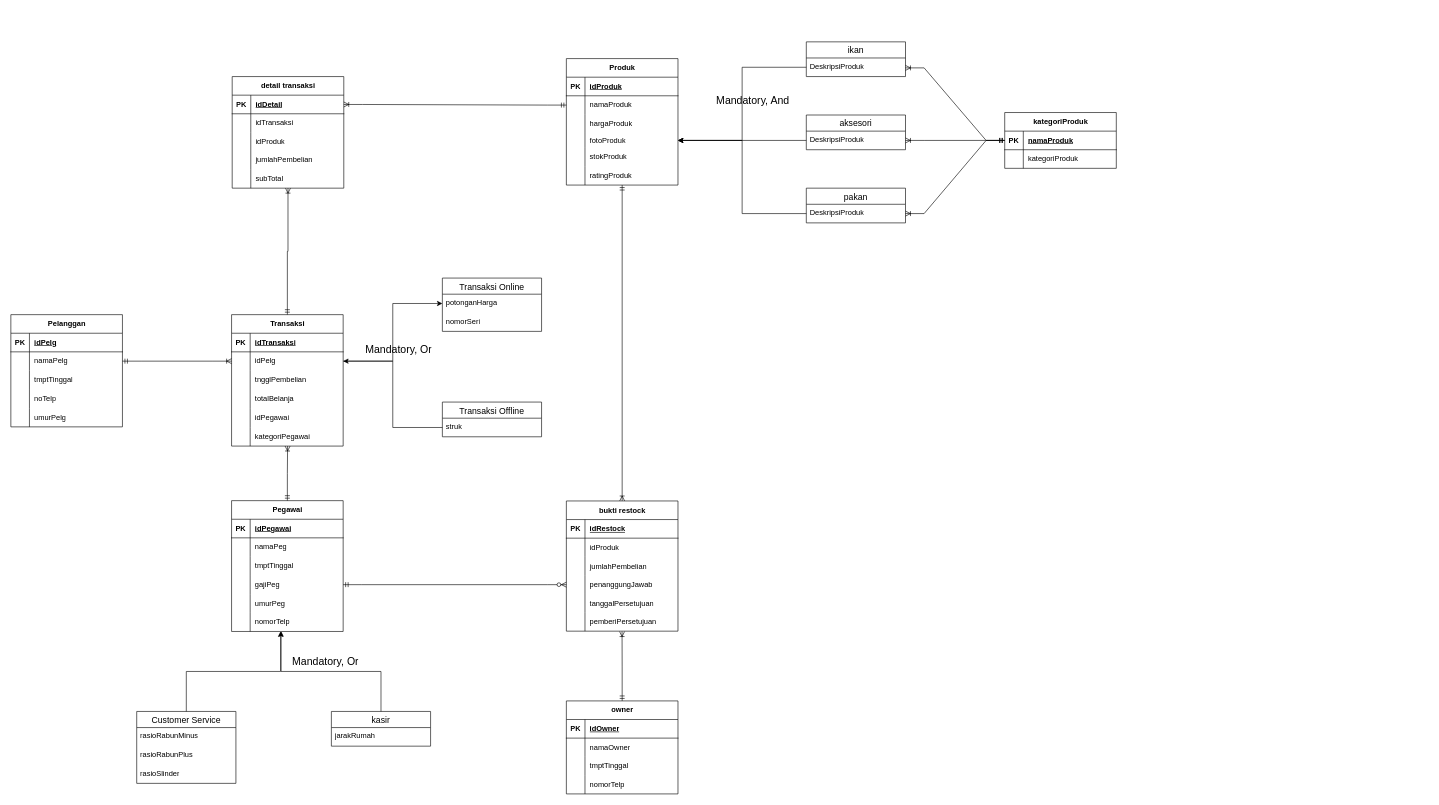
Before: Diagram Tanpa Judul.drawio in shinoaaa/flowchartttz, a draw.io diagram. Source tidied: cells renumbered, new cells numbered last; positions are measured from the earlier drawing's top-left corner, leaving out a move shared by most shapes. Both pictures are drawn from the tidied source at 62%, with x=0, y=0 at pixel (11, 42).
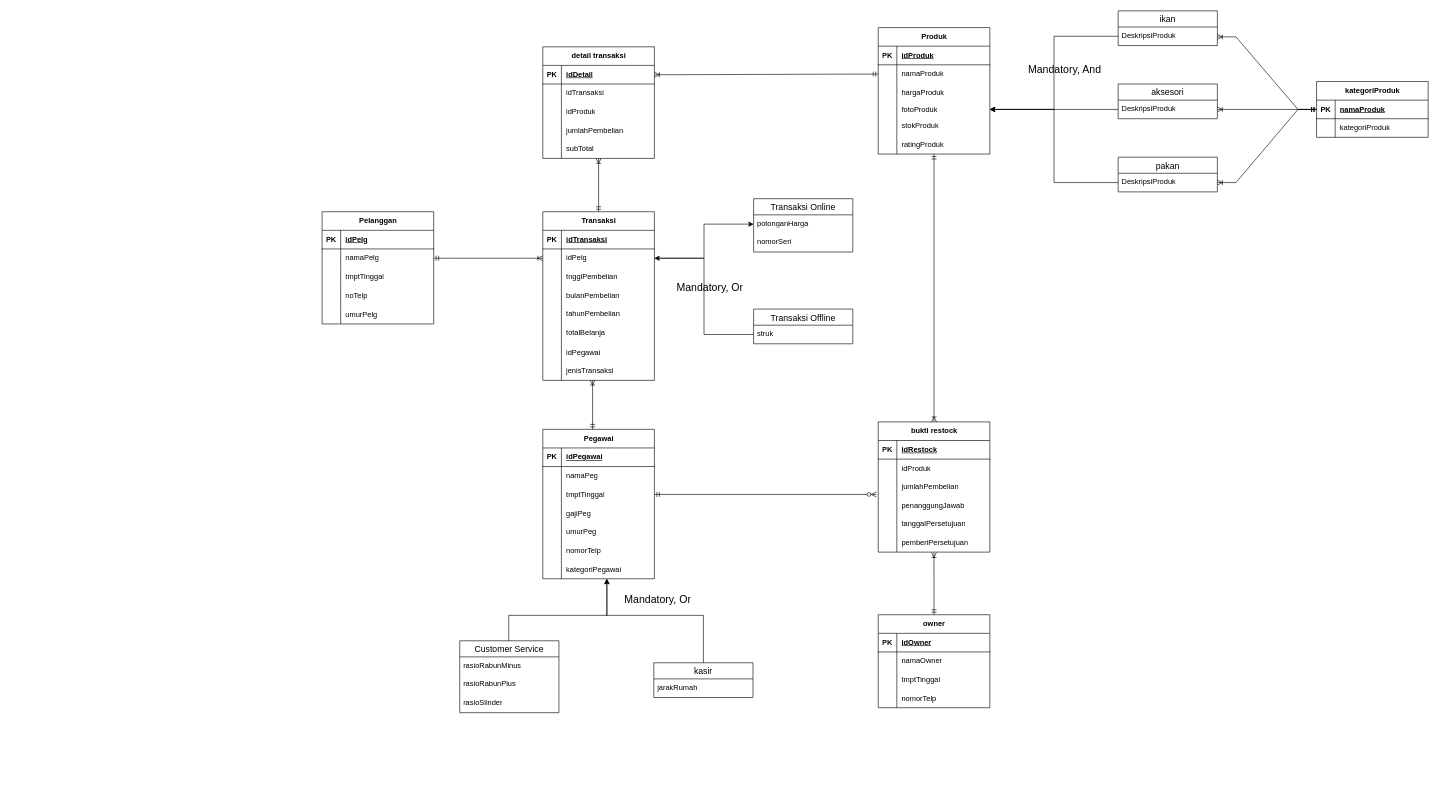
Above is the later version.

The change refers to these unchanged cells:
```xml
<mxCell id="44" style="shape=tableRow;horizontal=0;startSize=0;swimlaneHead=0;swimlaneBody=0;fillColor=none;points=[[0,0.5],[1,0.5]];portConstraint=eastwest;top=0;left=0;right=0;bottom=0;" parent="37" vertex="1">
  <mxGeometry y="90" width="180" height="30" as="geometry" />
</mxCell>
<mxCell id="47" style="shape=tableRow;horizontal=0;startSize=0;swimlaneHead=0;swimlaneBody=0;fillColor=none;points=[[0,0.5],[1,0.5]];portConstraint=eastwest;top=0;left=0;right=0;bottom=0;" parent="37" vertex="1">
  <mxGeometry y="120" width="180" height="31" as="geometry" />
</mxCell>
<mxCell id="53" style="shape=tableRow;horizontal=0;startSize=0;swimlaneHead=0;swimlaneBody=0;fillColor=none;points=[[0,0.5],[1,0.5]];portConstraint=eastwest;top=0;left=0;right=0;bottom=0;" parent="37" vertex="1">
  <mxGeometry y="181" width="180" height="30" as="geometry" />
</mxCell>
<mxCell id="144" style="shape=tableRow;horizontal=0;startSize=0;swimlaneHead=0;swimlaneBody=0;fillColor=none;points=[[0,0.5],[1,0.5]];portConstraint=eastwest;top=0;left=0;right=0;bottom=0;" parent="134" vertex="1">
  <mxGeometry y="120" width="180" height="30" as="geometry" />
</mxCell>
```

What changed in the source:
```diff
@@
     <mxCell id="2" value="Pelanggan" style="shape=table;startSize=30;childLayout=tableLayout;rowLines=0;fontStyle=1;align=center;html=1;" parent="1" vertex="1">
-      <mxGeometry y="440" width="180" height="181" as="geometry" />
+      <mxGeometry x="502" y="274" width="180" height="181" as="geometry" />
     </mxCell>
@@
     <mxCell id="18" value="Transaksi" style="shape=table;startSize=30;childLayout=tableLayout;rowLines=0;fontStyle=1;align=center;html=1;" parent="1" vertex="1">
-      <mxGeometry x="356" y="440" width="180" height="212" as="geometry" />
+      <mxGeometry x="858" y="274" width="180" height="272" as="geometry" />
     </mxCell>
@@
+    <mxCell id="169" style="shape=tableRow;horizontal=0;startSize=0;swimlaneHead=0;swimlaneBody=0;fillColor=none;top=0;left=0;right=0;bottom=0;" parent="18" vertex="1">
+      <mxGeometry y="120" width="180" height="30" as="geometry" />
+    </mxCell>
+    <mxCell id="170" style="shape=partialRectangle;fillColor=none;top=0;left=0;bottom=0;right=0;overflow=hidden;whiteSpace=wrap;html=1;" parent="169" vertex="1">
+      <mxGeometry width="30" height="30" as="geometry" />
+    </mxCell>
+    <mxCell id="171" value="bulanPembelian" style="shape=partialRectangle;fillColor=none;top=0;left=0;bottom=0;right=0;align=left;spacingLeft=6;overflow=hidden;whiteSpace=wrap;html=1;" parent="169" vertex="1">
+      <mxGeometry x="30" width="150" height="30" as="geometry" />
+    </mxCell>
+    <mxCell id="172" style="shape=tableRow;horizontal=0;startSize=0;swimlaneHead=0;swimlaneBody=0;fillColor=none;top=0;left=0;right=0;bottom=0;" parent="18" vertex="1">
+      <mxGeometry y="150" width="180" height="30" as="geometry" />
+    </mxCell>
+    <mxCell id="173" style="shape=partialRectangle;fillColor=none;top=0;left=0;bottom=0;right=0;overflow=hidden;whiteSpace=wrap;html=1;" parent="172" vertex="1">
+      <mxGeometry width="30" height="30" as="geometry" />
+    </mxCell>
+    <mxCell id="174" value="tahunPembelian" style="shape=partialRectangle;fillColor=none;top=0;left=0;bottom=0;right=0;align=left;spacingLeft=6;overflow=hidden;whiteSpace=wrap;html=1;" parent="172" vertex="1">
+      <mxGeometry x="30" width="150" height="30" as="geometry" />
+    </mxCell>
     <mxCell id="28" style="shape=tableRow;horizontal=0;startSize=0;swimlaneHead=0;swimlaneBody=0;fillColor=none;top=0;left=0;right=0;bottom=0;" parent="18" vertex="1">
-      <mxGeometry y="120" width="180" height="31" as="geometry" />
+      <mxGeometry y="180" width="180" height="31" as="geometry" />
     </mxCell>
@@
     <mxCell id="31" style="shape=tableRow;horizontal=0;startSize=0;swimlaneHead=0;swimlaneBody=0;fillColor=none;top=0;left=0;right=0;bottom=0;" parent="18" vertex="1">
-      <mxGeometry y="151" width="180" height="31" as="geometry" />
+      <mxGeometry y="211" width="180" height="31" as="geometry" />
     </mxCell>
@@
-    <mxCell id="34" style="shape=tableRow;horizontal=0;startSize=0;swimlaneHead=0;swimlaneBody=0;fillColor=none;points=[[0,0.5],[1,0.5]];portConstraint=eastwest;top=0;left=0;right=0;bottom=0;" parent="18" vertex="1">
-      <mxGeometry y="182" width="180" height="30" as="geometry" />
-    </mxCell>
-    <mxCell id="35" style="shape=partialRectangle;fillColor=none;top=0;left=0;bottom=0;right=0;overflow=hidden;whiteSpace=wrap;html=1;" parent="34" vertex="1">
-      <mxGeometry width="30" height="30" as="geometry" />
-    </mxCell>
-    <mxCell id="36" value="kategoriPegawai" style="shape=partialRectangle;fillColor=none;top=0;left=0;bottom=0;right=0;align=left;spacingLeft=6;overflow=hidden;whiteSpace=wrap;html=1;" parent="34" vertex="1">
-      <mxGeometry x="30" width="150" height="30" as="geometry" />
-    </mxCell>
+    <mxCell id="175" style="shape=tableRow;horizontal=0;startSize=0;swimlaneHead=0;swimlaneBody=0;fillColor=none;points=[[0,0.5],[1,0.5]];portConstraint=eastwest;top=0;left=0;right=0;bottom=0;" parent="18" vertex="1">
+      <mxGeometry y="242" width="180" height="30" as="geometry" />
+    </mxCell>
+    <mxCell id="176" style="shape=partialRectangle;fillColor=none;top=0;left=0;bottom=0;right=0;overflow=hidden;whiteSpace=wrap;html=1;" parent="175" vertex="1">
+      <mxGeometry width="30" height="30" as="geometry" />
+    </mxCell>
+    <mxCell id="177" value="jenisTransaksi" style="shape=partialRectangle;fillColor=none;top=0;left=0;bottom=0;right=0;align=left;spacingLeft=6;overflow=hidden;whiteSpace=wrap;html=1;" parent="175" vertex="1">
+      <mxGeometry x="30" width="150" height="30" as="geometry" />
+    </mxCell>
     <mxCell id="37" value="Pegawai" style="shape=table;startSize=30;childLayout=tableLayout;rowLines=0;fontStyle=1;align=center;html=1;" parent="1" vertex="1">
-      <mxGeometry x="356" y="740" width="180" height="211" as="geometry" />
+      <mxGeometry x="858" y="625" width="180" height="241" as="geometry" />
     </mxCell>
@@
+    <mxCell id="34" style="shape=tableRow;horizontal=0;startSize=0;swimlaneHead=0;swimlaneBody=0;fillColor=none;points=[[0,0.5],[1,0.5]];portConstraint=eastwest;top=0;left=0;right=0;bottom=0;" parent="37" vertex="1">
+      <mxGeometry y="211" width="180" height="30" as="geometry" />
+    </mxCell>
+    <mxCell id="35" style="shape=partialRectangle;fillColor=none;top=0;left=0;bottom=0;right=0;overflow=hidden;whiteSpace=wrap;html=1;" parent="34" vertex="1">
+      <mxGeometry width="30" height="30" as="geometry" />
+    </mxCell>
+    <mxCell id="36" value="kategoriPegawai" style="shape=partialRectangle;fillColor=none;top=0;left=0;bottom=0;right=0;align=left;spacingLeft=6;overflow=hidden;whiteSpace=wrap;html=1;" parent="34" vertex="1">
+      <mxGeometry x="30" width="150" height="30" as="geometry" />
+    </mxCell>
@@
     <mxCell id="57" value="detail transaksi" style="shape=table;startSize=30;childLayout=tableLayout;rowLines=0;fontStyle=1;align=center;html=1;" parent="1" vertex="1">
-      <mxGeometry x="357" y="56" width="180" height="180" as="geometry" />
+      <mxGeometry x="858" y="8" width="180" height="180" as="geometry" />
     </mxCell>
@@
     <mxCell id="74" value="Produk" style="shape=table;startSize=30;childLayout=tableLayout;rowLines=0;fontStyle=1;align=center;html=1;" parent="1" vertex="1">
-      <mxGeometry x="896" y="27" width="180" height="204" as="geometry" />
+      <mxGeometry x="1399" y="-23" width="180" height="204" as="geometry" />
     </mxCell>
@@
-    <mxCell id="93" style="edgeStyle=orthogonalEdgeStyle;rounded=0;jettySize=auto;html=1;entryX=0.502;entryY=0.998;entryDx=0;entryDy=0;entryPerimeter=0;startArrow=ERmandOne;startFill=0;endArrow=ERoneToMany;endFill=0;" parent="1" edge="1" source="37" target="34">
-      <mxGeometry relative="1" as="geometry" />
+    <mxCell id="93" style="edgeStyle=orthogonalEdgeStyle;rounded=0;jettySize=auto;html=1;startArrow=ERmandOne;startFill=0;endArrow=ERoneToMany;endFill=0;entryX=0.446;entryY=0.984;entryDx=0;entryDy=0;entryPerimeter=0;" parent="1" edge="1" source="37" target="175">
+      <mxGeometry relative="1" as="geometry">
+        <Array as="points">
+          <mxPoint x="939" y="603" />
+        </Array>
+      </mxGeometry>
     </mxCell>
@@
     <mxCell id="96" value="Transaksi Online" style="swimlane;fontStyle=0;horizontal=1;startSize=26;align=center;fontSize=14;" parent="1" vertex="1">
-      <mxGeometry x="696" y="381" width="160" height="86" as="geometry" />
+      <mxGeometry x="1198" y="253" width="160" height="86" as="geometry" />
     </mxCell>
@@
     <mxCell id="99" value="Transaksi Offline" style="swimlane;fontStyle=0;horizontal=1;startSize=26;align=center;fontSize=14;" parent="1" vertex="1">
-      <mxGeometry x="696" y="581" width="160" height="56" as="geometry" />
+      <mxGeometry x="1198" y="431" width="160" height="56" as="geometry" />
     </mxCell>
@@
     <mxCell id="103" value="Mandatory, Or" style="text;strokeColor=none;fillColor=none;spacingLeft=4;spacingRight=4;overflow=hidden;points=[[0,0.5],[1,0.5]];portConstraint=eastwest;fontSize=17;whiteSpace=wrap;html=1;" parent="1" vertex="1">
-      <mxGeometry x="566" y="480" width="118" height="30" as="geometry" />
+      <mxGeometry x="1068" y="380" width="118" height="30" as="geometry" />
     </mxCell>
     <mxCell id="104" value="Customer Service" style="swimlane;fontStyle=0;horizontal=1;startSize=26;align=center;fontSize=14;" parent="1" vertex="1">
-      <mxGeometry x="203" y="1080" width="160" height="116" as="geometry" />
+      <mxGeometry x="724" y="966" width="160" height="116" as="geometry" />
     </mxCell>
@@
-    <mxCell id="109" style="edgeStyle=orthogonalEdgeStyle;rounded=0;jettySize=auto;html=1;entryX=0.439;entryY=1;entryDx=0;entryDy=0;entryPerimeter=0;" parent="1" edge="1" source="104" target="53">
-      <mxGeometry relative="1" as="geometry" />
+    <mxCell id="109" style="edgeStyle=orthogonalEdgeStyle;rounded=0;jettySize=auto;html=1;entryX=0.576;entryY=1.012;entryDx=0;entryDy=0;entryPerimeter=0;" parent="1" edge="1" source="104" target="34">
+      <mxGeometry relative="1" as="geometry">
+        <Array as="points">
+          <mxPoint x="803" y="925" />
+          <mxPoint x="961" y="925" />
+          <mxPoint x="961" y="866" />
+        </Array>
+      </mxGeometry>
     </mxCell>
     <mxCell id="110" value="kasir" style="swimlane;fontStyle=0;horizontal=1;startSize=26;align=center;fontSize=14;" parent="1" vertex="1">
-      <mxGeometry x="517" y="1080" width="160" height="56" as="geometry" />
+      <mxGeometry x="1037" y="1001.5" width="160" height="56" as="geometry" />
     </mxCell>
@@
-    <mxCell id="112" style="edgeStyle=orthogonalEdgeStyle;rounded=0;jettySize=auto;html=1;entryX=0.444;entryY=0.993;entryDx=0;entryDy=0;entryPerimeter=0;" parent="1" edge="1" source="110" target="53">
-      <mxGeometry relative="1" as="geometry" />
+    <mxCell id="112" style="edgeStyle=orthogonalEdgeStyle;rounded=0;jettySize=auto;html=1;" parent="1" edge="1" source="110">
+      <mxGeometry relative="1" as="geometry">
+        <mxPoint x="961" y="866" as="targetPoint" />
+        <Array as="points">
+          <mxPoint x="1117" y="925" />
+          <mxPoint x="961" y="925" />
+          <mxPoint x="961" y="867" />
+        </Array>
+      </mxGeometry>
     </mxCell>
     <mxCell id="113" value="Mandatory, Or" style="text;strokeColor=none;fillColor=none;spacingLeft=4;spacingRight=4;overflow=hidden;fontSize=17;whiteSpace=wrap;html=1;" parent="1" vertex="1">
-      <mxGeometry x="448" y="984" width="118" height="30" as="geometry" />
+      <mxGeometry x="984" y="883" width="118" height="30" as="geometry" />
     </mxCell>
     <mxCell id="114" value="ikan" style="swimlane;fontStyle=0;horizontal=1;startSize=26;align=center;fontSize=14;" parent="1" vertex="1">
-      <mxGeometry x="1283" width="160" height="56" as="geometry" />
+      <mxGeometry x="1786" y="-50" width="160" height="56" as="geometry" />
     </mxCell>
@@
     <mxCell id="116" value="aksesori" style="swimlane;fontStyle=0;horizontal=1;startSize=26;align=center;fontSize=14;" parent="1" vertex="1">
-      <mxGeometry x="1283" y="118" width="160" height="56" as="geometry" />
+      <mxGeometry x="1786" y="68" width="160" height="56" as="geometry" />
     </mxCell>
@@
     <mxCell id="118" value="pakan" style="swimlane;fontStyle=0;horizontal=1;startSize=26;align=center;fontSize=14;" parent="1" vertex="1">
-      <mxGeometry x="1283" y="236" width="160" height="56" as="geometry" />
+      <mxGeometry x="1786" y="186" width="160" height="56" as="geometry" />
     </mxCell>
@@
     <mxCell id="123" value="Mandatory, And" style="text;strokeColor=none;fillColor=none;spacingLeft=4;spacingRight=4;overflow=hidden;fontSize=17;whiteSpace=wrap;html=1;" parent="1" vertex="1">
-      <mxGeometry x="1132" y="78" width="133" height="30" as="geometry" />
+      <mxGeometry x="1635" y="28" width="133" height="30" as="geometry" />
     </mxCell>
     <mxCell id="124" value="kategoriProduk" style="shape=table;startSize=30;childLayout=tableLayout;rowLines=0;fontStyle=1;align=center;html=1;" parent="1" vertex="1">
-      <mxGeometry x="1603" y="114" width="180" height="90" as="geometry" />
+      <mxGeometry x="2106" y="64" width="180" height="90" as="geometry" />
     </mxCell>
@@
     <mxCell id="134" value="bukti restock" style="shape=table;startSize=30;childLayout=tableLayout;rowLines=0;fontStyle=1;align=center;html=1;" parent="1" vertex="1">
-      <mxGeometry x="896" y="740.5" width="180" height="210" as="geometry" />
+      <mxGeometry x="1399" y="613" width="180" height="210" as="geometry" />
     </mxCell>
@@
     <mxCell id="154" value="owner" style="shape=table;startSize=30;childLayout=tableLayout;rowLines=0;fontStyle=1;align=center;html=1;" parent="1" vertex="1">
-      <mxGeometry x="896" y="1063" width="180" height="150" as="geometry" />
+      <mxGeometry x="1399" y="924" width="180" height="150" as="geometry" />
     </mxCell>
@@
-    <mxCell id="167" style="edgeStyle=entityRelationEdgeStyle;fontSize=12;html=1;endArrow=ERzeroToMany;endFill=1;rounded=0;entryX=0;entryY=0.5;entryDx=0;entryDy=0;exitX=1;exitY=0.5;exitDx=0;exitDy=0;startArrow=ERmandOne;startFill=0;" parent="1" edge="1" source="47" target="144">
-      <mxGeometry relative="1" as="geometry" />
+    <mxCell id="167" style="edgeStyle=entityRelationEdgeStyle;fontSize=12;html=1;endArrow=ERzeroToMany;endFill=1;rounded=0;exitX=1;exitY=0.5;exitDx=0;exitDy=0;startArrow=ERmandOne;startFill=0;" parent="1" edge="1" source="44">
+      <mxGeometry relative="1" as="geometry">
+        <mxPoint x="1396" y="730" as="targetPoint" />
+      </mxGeometry>
     </mxCell>
```
